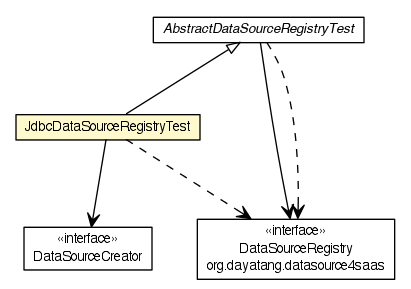
Earlier version of the Graphviz export testapidocs/org/dayatang/datasource4saas/dsregistry/JdbcDataSourceRegistryTest.png (dayatang/dddlib). Its source is kept beside it as testapidocs/org/dayatang/datasource4saas/dsregistry/JdbcDataSourceRegistryTest.dot.
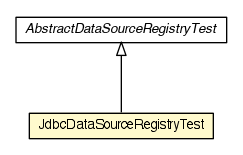
The same diagram one commit later.

Diff of the diagram source:
```diff
@@ -4,32 +4,15 @@
 	node [fontname="Helvetica",fontsize=10,shape=plaintext];
 	nodesep=0.25;
 	ranksep=0.5;
-	c29588 [label=<<table title="org.dayatang.datasource4saas.dsregistry.JdbcDataSourceRegistryTest" border="0" cellborder="1" cellspacing="0" cellpadding="2" port="p" bgcolor="lemonChiffon" href="./JdbcDataSourceRegistryTest.html">
+	c29273 [label=<<table title="org.dayatang.datasource4saas.dsregistry.JdbcDataSourceRegistryTest" border="0" cellborder="1" cellspacing="0" cellpadding="2" port="p" bgcolor="lemonChiffon" href="./JdbcDataSourceRegistryTest.html">
 		<tr><td><table border="0" cellspacing="0" cellpadding="1">
 <tr><td align="center" balign="center"> JdbcDataSourceRegistryTest </td></tr>
 		</table></td></tr>
 		</table>>, URL="./JdbcDataSourceRegistryTest.html", fontname="Helvetica", fontcolor="black", fontsize=10.0];
-	c29589 [label=<<table title="org.dayatang.datasource4saas.dsregistry.AbstractDataSourceRegistryTest" border="0" cellborder="1" cellspacing="0" cellpadding="2" port="p" href="./AbstractDataSourceRegistryTest.html">
+	c29274 [label=<<table title="org.dayatang.datasource4saas.dsregistry.AbstractDataSourceRegistryTest" border="0" cellborder="1" cellspacing="0" cellpadding="2" port="p" href="./AbstractDataSourceRegistryTest.html">
 		<tr><td><table border="0" cellspacing="0" cellpadding="1">
 <tr><td align="center" balign="center"><font face="Helvetica-Oblique"> AbstractDataSourceRegistryTest </font></td></tr>
 		</table></td></tr>
 		</table>>, URL="./AbstractDataSourceRegistryTest.html", fontname="Helvetica", fontcolor="black", fontsize=10.0];
-	c29589:p -> c29588:p [dir=back,arrowtail=empty];
-	c29588:p -> c29609:p [taillabel="", label=" "headlabel="", fontname="Helvetica", fontcolor="black", fontsize=10.0, color="black", arrowhead=open];
-	c29589:p -> c29610:p [taillabel="", label=" "headlabel="", fontname="Helvetica", fontcolor="black", fontsize=10.0, color="black", arrowhead=open];
-	c29588:p -> c29610:p [taillabel="", label=" "headlabel="", fontname="Helvetica", fontcolor="black", fontsize=10.0, color="black", arrowhead=open, style=dashed];
-	c29589:p -> c29610:p [taillabel="", label=" "headlabel="", fontname="Helvetica", fontcolor="black", fontsize=10.0, color="black", arrowhead=open, style=dashed];
-	c29610 [label=<<table title="org.dayatang.datasource4saas.DataSourceRegistry" border="0" cellborder="1" cellspacing="0" cellpadding="2" port="p" href="http://java.sun.com/j2se/1.4.2/docs/api/org/dayatang/datasource4saas/DataSourceRegistry.html">
-		<tr><td><table border="0" cellspacing="0" cellpadding="1">
-<tr><td align="center" balign="center"> &#171;interface&#187; </td></tr>
-<tr><td align="center" balign="center"> DataSourceRegistry </td></tr>
-<tr><td align="center" balign="center"> org.dayatang.datasource4saas </td></tr>
-		</table></td></tr>
-		</table>>, URL="http://java.sun.com/j2se/1.4.2/docs/api/org/dayatang/datasource4saas/DataSourceRegistry.html", fontname="Helvetica", fontcolor="black", fontsize=10.0];
-	c29609 [label=<<table title="org.dayatang.datasource4saas.dsregistry.DataSourceCreator" border="0" cellborder="1" cellspacing="0" cellpadding="2" port="p" href="http://java.sun.com/j2se/1.4.2/docs/api/org/dayatang/datasource4saas/dsregistry/DataSourceCreator.html">
-		<tr><td><table border="0" cellspacing="0" cellpadding="1">
-<tr><td align="center" balign="center"> &#171;interface&#187; </td></tr>
-<tr><td align="center" balign="center"> DataSourceCreator </td></tr>
-		</table></td></tr>
-		</table>>, URL="http://java.sun.com/j2se/1.4.2/docs/api/org/dayatang/datasource4saas/dsregistry/DataSourceCreator.html", fontname="Helvetica", fontcolor="black", fontsize=10.0];
+	c29274:p -> c29273:p [dir=back,arrowtail=empty];
 }
```
